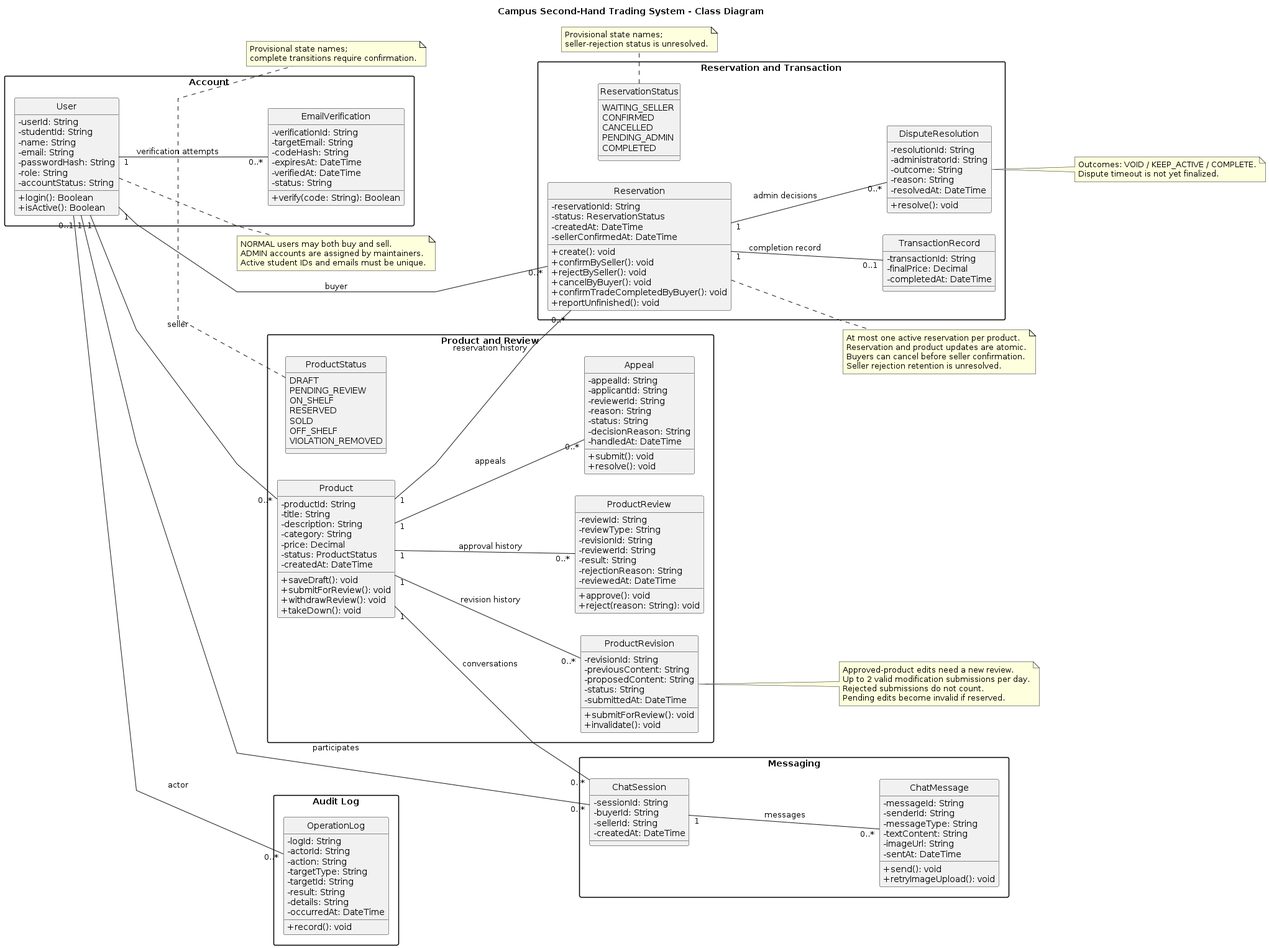
The PlantUML diagram lab2/UML/UML类图.png in h53733856-cyber/Software-Engineering-Course, before a commit.
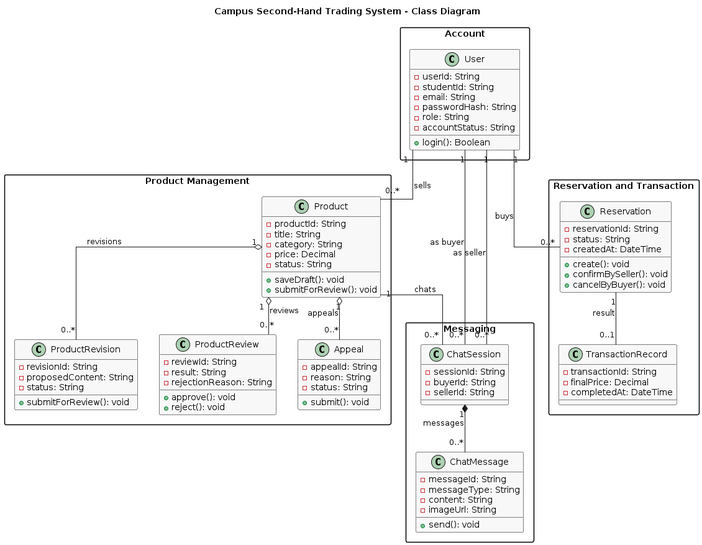
The same file after the commit.

Change to the diagram source:
```diff
@@ -1,120 +1,66 @@
-@startuml UML类图
+@startuml campus_trade_class
+title Campus Second-Hand Trading System - Class Diagram
+skinparam class {
+    BackgroundColor #f8f8f8
+    BorderColor black
+}
+skinparam linetype ortho
+skinparam packageStyle rectangle
 
-title Campus Second-Hand Trading System - Class Diagram
-
-left to right direction
-skinparam shadowing false
-skinparam classAttributeIconSize 0
-skinparam packageStyle rectangle
-skinparam linetype polyline
-skinparam nodesep 35
-skinparam ranksep 55
-hide circle
-
-package "Account" {
+package Account {
     class User {
         - userId: String
         - studentId: String
-        - name: String
         - email: String
         - passwordHash: String
         - role: String
         - accountStatus: String
         + login(): Boolean
-        + isActive(): Boolean
-    }
-
-    class EmailVerification {
-        - verificationId: String
-        - targetEmail: String
-        - codeHash: String
-        - expiresAt: DateTime
-        - verifiedAt: DateTime
-        - status: String
-        + verify(code: String): Boolean
     }
 }
 
-package "Product and Review" {
-    enum ProductStatus {
-        DRAFT
-        PENDING_REVIEW
-        ON_SHELF
-        RESERVED
-        SOLD
-        OFF_SHELF
-        VIOLATION_REMOVED
-    }
-
+package "Product Management" {
     class Product {
         - productId: String
         - title: String
-        - description: String
         - category: String
         - price: Decimal
-        - status: ProductStatus
-        - createdAt: DateTime
+        - status: String
         + saveDraft(): void
         + submitForReview(): void
-        + withdrawReview(): void
-        + takeDown(): void
     }
 
     class ProductRevision {
         - revisionId: String
-        - previousContent: String
         - proposedContent: String
         - status: String
-        - submittedAt: DateTime
         + submitForReview(): void
-        + invalidate(): void
     }
 
     class ProductReview {
         - reviewId: String
-        - reviewType: String
-        - revisionId: String
-        - reviewerId: String
         - result: String
         - rejectionReason: String
-        - reviewedAt: DateTime
         + approve(): void
-        + reject(reason: String): void
+        + reject(): void
     }
 
     class Appeal {
         - appealId: String
-        - applicantId: String
-        - reviewerId: String
         - reason: String
         - status: String
-        - decisionReason: String
-        - handledAt: DateTime
         + submit(): void
-        + resolve(): void
     }
 }
 
 package "Reservation and Transaction" {
-    enum ReservationStatus {
-        WAITING_SELLER
-        CONFIRMED
-        CANCELLED
-        PENDING_ADMIN
-        COMPLETED
-    }
-
     class Reservation {
         - reservationId: String
-        - status: ReservationStatus
+        - status: String
         - createdAt: DateTime
-        - sellerConfirmedAt: DateTime
         + create(): void
         + confirmBySeller(): void
-        + rejectBySeller(): void
         + cancelByBuyer(): void
-        + confirmTradeCompletedByBuyer(): void
-        + reportUnfinished(): void
     }
 
     class TransactionRecord {
@@ -122,101 +68,38 @@
         - finalPrice: Decimal
         - completedAt: DateTime
     }
-
-    class DisputeResolution {
-        - resolutionId: String
-        - administratorId: String
-        - outcome: String
-        - reason: String
-        - resolvedAt: DateTime
-        + resolve(): void
-    }
 }
 
-package "Messaging" {
+package Messaging {
     class ChatSession {
         - sessionId: String
         - buyerId: String
         - sellerId: String
-        - createdAt: DateTime
     }
-
     class ChatMessage {
         - messageId: String
-        - senderId: String
         - messageType: String
-        - textContent: String
+        - content: String
         - imageUrl: String
-        - sentAt: DateTime
         + send(): void
-        + retryImageUpload(): void
     }
 }
 
-package "Audit Log" {
-    class OperationLog {
-        - logId: String
-        - actorId: String
-        - action: String
-        - targetType: String
-        - targetId: String
-        - result: String
-        - details: String
-        - occurredAt: DateTime
-        + record(): void
-    }
-}
+User "1" -- "0..*" Product : sells
 
-User "1" -- "0..*" EmailVerification : verification attempts
-User "1" -- "0..*" Product : seller
-User "1" -- "0..*" Reservation : buyer
-User "0..1" -- "0..*" OperationLog : actor
+User "1" -- "0..*" Reservation : buys
 
-Product "1" -- "0..*" ProductRevision : revision history
-Product "1" -- "0..*" ProductReview : approval history
-Product "1" -- "0..*" Appeal : appeals
-Product "1" -- "0..*" Reservation : reservation history
-Product "1" -- "0..*" ChatSession : conversations
+Product "1" o-- "0..*" ProductRevision : revisions
+Product "1" o-- "0..*" ProductReview : reviews
+Product "1" o-- "0..*" Appeal : appeals
 
-Reservation "1" -- "0..1" TransactionRecord : completion record
-Reservation "1" -- "0..*" DisputeResolution : admin decisions
+Product "1" -- "0..*" ChatSession : chats
 
-User "1" -- "0..*" ChatSession : participates
-ChatSession "1" -- "0..*" ChatMessage : messages
+ChatSession "1" *-- "0..*" ChatMessage : messages
 
-note right of User
-  NORMAL users may both buy and sell.
-  ADMIN accounts are assigned by maintainers.
-  Active student IDs and emails must be unique.
-end note
+Reservation "1" -- "0..1" TransactionRecord : result
 
-note right of ProductRevision
-  Approved-product edits need a new review.
-  Up to 2 valid modification submissions per day.
-  Rejected submissions do not count.
-  Pending edits become invalid if reserved.
-end note
-
-note right of Reservation
-  At most one active reservation per product.
-  Reservation and product updates are atomic.
-  Buyers can cancel before seller confirmation.
-  Seller rejection retention is unresolved.
-end note
-
-note right of DisputeResolution
-  Outcomes: VOID / KEEP_ACTIVE / COMPLETE.
-  Dispute timeout is not yet finalized.
-end note
-
-note bottom of ProductStatus
-  Provisional state names;
-  complete transitions require confirmation.
-end note
-
-note bottom of ReservationStatus
-  Provisional state names;
-  seller-rejection status is unresolved.
-end note
+User "1" -- "0..*" ChatSession : as buyer
+User "1" -- "0..*" ChatSession : as seller
 
 @enduml
```
